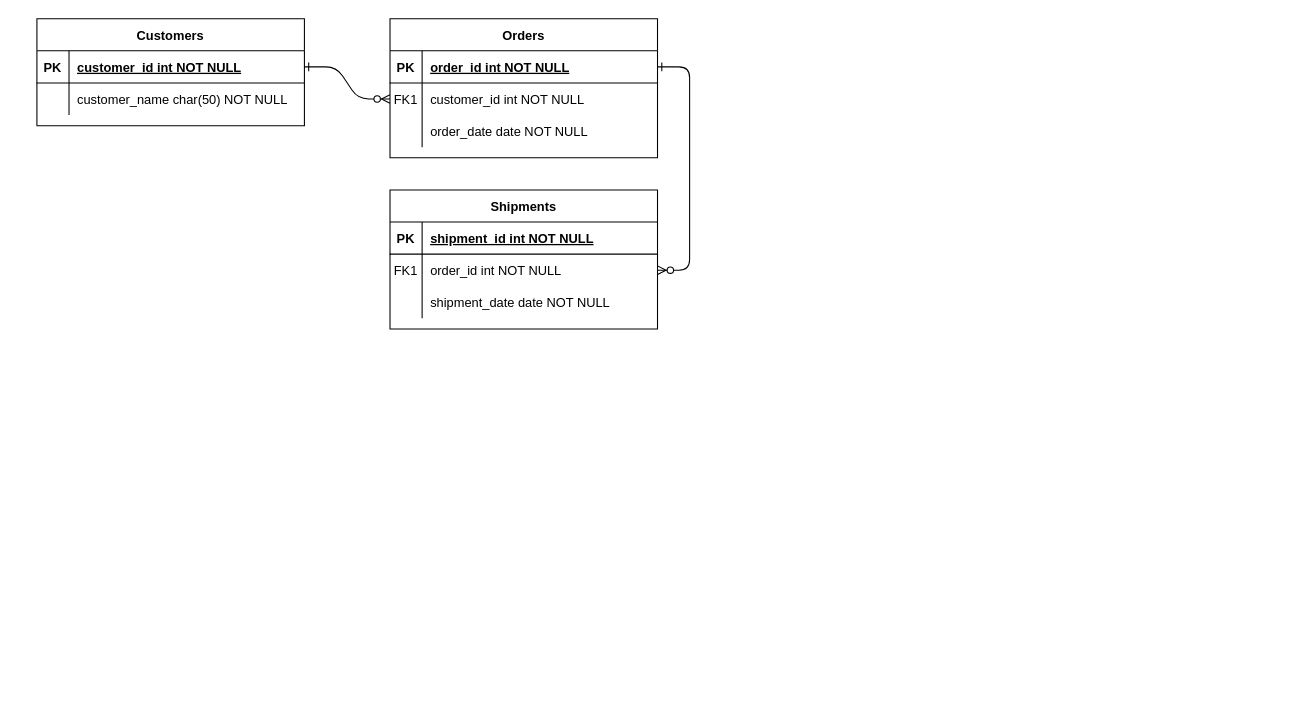
Above: page "Page-1" (1 of 2) of Untitled Diagram.drawio in supersonicbru/VUE-IMC (draw.io), before the change. Source tidied: cells renumbered, new cells numbered last; positions are measured from the earlier drawing's top-left corner, leaving out a move shared by most shapes. Both pictures are drawn from the tidied source at 107%, with x=0, y=0 at pixel (36, 18).
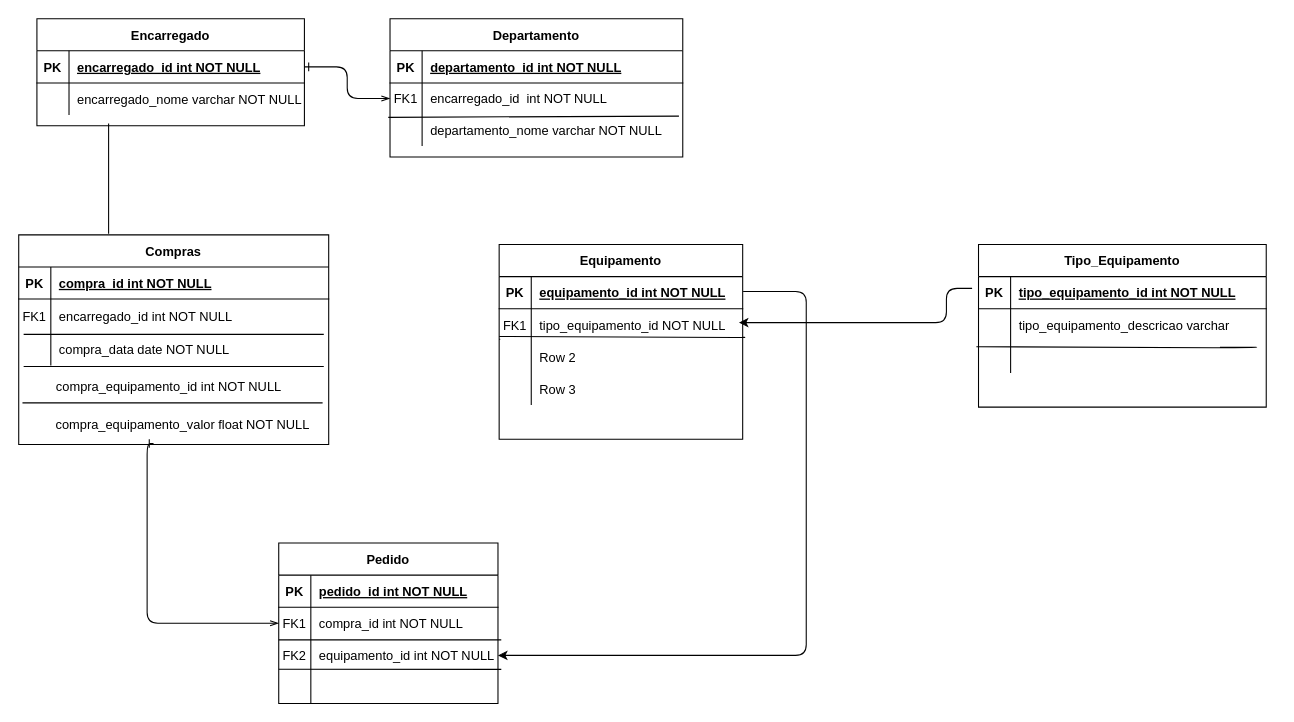
After the change.

The change refers to these unchanged cells:
```xml
<mxCell id="25" style="shape=partialRectangle;fillColor=none;points=[[0,0.5],[1,0.5]];portConstraint=eastwest;top=0;left=0;right=0;bottom=1;" parent="24" vertex="1">
  <mxGeometry y="30" width="250" height="30" as="geometry" />
</mxCell>
<mxCell id="28" style="shape=partialRectangle;fillColor=none;top=0;left=0;right=0;bottom=0;" parent="24" vertex="1">
  <mxGeometry y="60" width="250" height="30" as="geometry" />
</mxCell>
```

The edit, as a diff of the source:
```diff
@@
-    <mxCell id="2" style="edgeStyle=entityRelationEdgeStyle;endArrow=ERzeroToMany;startArrow=ERone;endFill=1;startFill=0;" parent="1" edge="1" source="25" target="8">
+    <mxCell id="2" style="edgeStyle=orthogonalEdgeStyle;endArrow=openThin;startArrow=ERone;endFill=0;startFill=0;" parent="1" edge="1" source="25" target="8">
       <mxGeometry relative="1" as="geometry" />
     </mxCell>
-    <mxCell id="3" style="edgeStyle=entityRelationEdgeStyle;endArrow=ERzeroToMany;startArrow=ERone;endFill=1;startFill=0;" parent="1" edge="1" source="5" target="18">
-      <mxGeometry relative="1" as="geometry" />
-    </mxCell>
-    <mxCell id="4" value="Orders" style="shape=table;startSize=30;childLayout=tableLayout;rowLines=0;fontStyle=1;align=center;" parent="1" vertex="1">
-      <mxGeometry x="330" width="250" height="130" as="geometry" />
+    <mxCell id="4" value="Departamento" style="shape=table;startSize=30;childLayout=tableLayout;rowLines=0;fontStyle=1;align=center;" parent="1" vertex="1">
+      <mxGeometry x="330" width="273.6" height="129.2" as="geometry" />
     </mxCell>
     <mxCell id="5" style="shape=partialRectangle;fillColor=none;points=[[0,0.5],[1,0.5]];portConstraint=eastwest;top=0;left=0;right=0;bottom=1;" parent="4" vertex="1">
-      <mxGeometry y="30" width="250" height="30" as="geometry" />
+      <mxGeometry y="30" width="273.6" height="30" as="geometry" />
     </mxCell>
@@
-    <mxCell id="7" value="order_id int NOT NULL " style="shape=partialRectangle;overflow=hidden;fillColor=none;top=0;left=0;bottom=0;right=0;align=left;spacingLeft=6;fontStyle=5;" parent="5" vertex="1">
-      <mxGeometry x="30" width="220" height="30" as="geometry" />
+    <mxCell id="7" value="departamento_id int NOT NULL " style="shape=partialRectangle;overflow=hidden;fillColor=none;top=0;left=0;bottom=0;right=0;align=left;spacingLeft=6;fontStyle=5;" parent="5" vertex="1">
+      <mxGeometry x="30" width="243.6" height="30" as="geometry" />
     </mxCell>
     <mxCell id="8" style="shape=partialRectangle;fillColor=none;points=[[0,0.5],[1,0.5]];portConstraint=eastwest;top=0;left=0;right=0;bottom=0;" parent="4" vertex="1">
-      <mxGeometry y="60" width="250" height="30" as="geometry" />
+      <mxGeometry y="60" width="273.6" height="29" as="geometry" />
     </mxCell>
     <mxCell id="9" value="FK1" style="shape=partialRectangle;overflow=hidden;fillColor=none;top=0;left=0;bottom=0;right=0;" parent="8" vertex="1">
-      <mxGeometry width="30" height="30" as="geometry" />
+      <mxGeometry width="30" height="29" as="geometry" />
     </mxCell>
-    <mxCell id="10" value="customer_id int NOT NULL" style="shape=partialRectangle;overflow=hidden;fillColor=none;top=0;left=0;bottom=0;right=0;align=left;spacingLeft=6;" parent="8" vertex="1">
-      <mxGeometry x="30" width="220" height="30" as="geometry" />
+    <mxCell id="10" value="encarregado_id  int NOT NULL" style="shape=partialRectangle;overflow=hidden;top=0;left=0;bottom=0;right=0;align=left;spacingLeft=6;fillColor=none;" parent="8" vertex="1">
+      <mxGeometry x="30" width="243.6" height="29" as="geometry" />
     </mxCell>
     <mxCell id="11" style="shape=partialRectangle;fillColor=none;points=[[0,0.5],[1,0.5]];portConstraint=eastwest;top=0;left=0;right=0;bottom=0;" parent="4" vertex="1">
-      <mxGeometry y="90" width="250" height="30" as="geometry" />
+      <mxGeometry y="89" width="273.6" height="30" as="geometry" />
     </mxCell>
@@
-    <mxCell id="13" value="order_date date NOT NULL" style="shape=partialRectangle;overflow=hidden;fillColor=none;top=0;left=0;bottom=0;right=0;align=left;spacingLeft=6;" parent="11" vertex="1">
-      <mxGeometry x="30" width="220" height="30" as="geometry" />
+    <mxCell id="13" value="departamento_nome varchar NOT NULL" style="shape=partialRectangle;overflow=hidden;fillColor=none;top=0;left=0;bottom=0;right=0;align=left;spacingLeft=6;" parent="11" vertex="1">
+      <mxGeometry x="30" width="243.6" height="30" as="geometry" />
     </mxCell>
+    <mxCell id="31" style="endArrow=none;html=1;exitX=-0.006;exitY=0.106;exitDx=0;exitDy=0;exitPerimeter=0;entryX=0.987;entryY=0.067;entryDx=0;entryDy=0;entryPerimeter=0;" parent="4" edge="1" source="11" target="11">
+      <mxGeometry relative="1" as="geometry" />
+    </mxCell>
-    <mxCell id="14" value="Shipments" style="shape=table;startSize=30;childLayout=tableLayout;rowLines=0;fontStyle=1;align=center;" parent="1" vertex="1">
-      <mxGeometry x="330" y="160" width="250" height="130" as="geometry" />
+    <mxCell id="14" value="Compras" style="shape=table;startSize=30;childLayout=tableLayout;rowLines=0;fontStyle=1;align=center;" parent="1" vertex="1">
+      <mxGeometry x="-17" y="202" width="289.7" height="196" as="geometry" />
     </mxCell>
     <mxCell id="15" style="shape=partialRectangle;fillColor=none;top=0;left=0;right=0;bottom=1;" parent="14" vertex="1">
-      <mxGeometry y="30" width="250" height="30" as="geometry" />
+      <mxGeometry y="30" width="289.7" height="30" as="geometry" />
     </mxCell>
@@
-    <mxCell id="17" value="shipment_id int NOT NULL " style="shape=partialRectangle;overflow=hidden;fillColor=none;top=0;left=0;bottom=0;right=0;align=left;spacingLeft=6;fontStyle=5;" parent="15" vertex="1">
-      <mxGeometry x="30" width="220" height="30" as="geometry" />
+    <mxCell id="17" value="compra_id int NOT NULL " style="shape=partialRectangle;overflow=hidden;fillColor=none;top=0;left=0;bottom=0;right=0;align=left;spacingLeft=6;fontStyle=5;" parent="15" vertex="1">
+      <mxGeometry x="30" width="259.7" height="30" as="geometry" />
     </mxCell>
     <mxCell id="18" style="shape=partialRectangle;fillColor=none;points=[[0,0.5],[1,0.5]];portConstraint=eastwest;top=0;left=0;right=0;bottom=0;" parent="14" vertex="1">
-      <mxGeometry y="60" width="250" height="30" as="geometry" />
+      <mxGeometry y="60" width="289.7" height="32" as="geometry" />
     </mxCell>
     <mxCell id="19" value="FK1" style="shape=partialRectangle;overflow=hidden;fillColor=none;top=0;left=0;bottom=0;right=0;" parent="18" vertex="1">
-      <mxGeometry width="30" height="30" as="geometry" />
+      <mxGeometry width="30" height="32" as="geometry" />
     </mxCell>
-    <mxCell id="20" value="order_id int NOT NULL" style="shape=partialRectangle;overflow=hidden;fillColor=none;top=0;left=0;bottom=0;right=0;align=left;spacingLeft=6;" parent="18" vertex="1">
-      <mxGeometry x="30" width="220" height="30" as="geometry" />
+    <mxCell id="20" value="encarregado_id int NOT NULL" style="shape=partialRectangle;overflow=hidden;fillColor=none;top=0;left=0;bottom=0;right=0;align=left;spacingLeft=6;" parent="18" vertex="1">
+      <mxGeometry x="30" width="259.7" height="32" as="geometry" />
     </mxCell>
     <mxCell id="21" style="shape=partialRectangle;fillColor=none;points=[[0,0.5],[1,0.5]];portConstraint=eastwest;top=0;left=0;right=0;bottom=0;" parent="14" vertex="1">
-      <mxGeometry y="90" width="250" height="30" as="geometry" />
+      <mxGeometry y="92" width="289.7" height="30" as="geometry" />
     </mxCell>
@@
-    <mxCell id="23" value="shipment_date date NOT NULL" style="shape=partialRectangle;overflow=hidden;fillColor=none;top=0;left=0;bottom=0;right=0;align=left;spacingLeft=6;" parent="21" vertex="1">
-      <mxGeometry x="30" width="220" height="30" as="geometry" />
+    <mxCell id="23" value="compra_data date NOT NULL" style="shape=partialRectangle;overflow=hidden;fillColor=none;top=0;left=0;bottom=0;right=0;align=left;spacingLeft=6;" parent="21" vertex="1">
+      <mxGeometry x="30" width="259.7" height="30" as="geometry" />
     </mxCell>
-    <mxCell id="24" value="Customers" style="shape=table;startSize=30;childLayout=tableLayout;rowLines=0;fontStyle=1;align=center;" parent="1" vertex="1">
+    <mxCell id="24" value="Encarregado" style="shape=table;startSize=30;childLayout=tableLayout;rowLines=0;fontStyle=1;align=center;" parent="1" vertex="1">
       <mxGeometry width="250" height="100" as="geometry" />
     </mxCell>
@@
-    <mxCell id="27" value="customer_id int NOT NULL " style="shape=partialRectangle;overflow=hidden;fillColor=none;top=0;left=0;bottom=0;right=0;align=left;spacingLeft=6;fontStyle=5;" parent="25" vertex="1">
+    <mxCell id="27" value="encarregado_id int NOT NULL " style="shape=partialRectangle;overflow=hidden;fillColor=none;top=0;left=0;bottom=0;right=0;align=left;spacingLeft=6;fontStyle=5;" parent="25" vertex="1">
       <mxGeometry x="30" width="220" height="30" as="geometry" />
     </mxCell>
@@
-    <mxCell id="30" value="customer_name char(50) NOT NULL" style="shape=partialRectangle;overflow=hidden;fillColor=none;top=0;left=0;bottom=0;right=0;align=left;spacingLeft=6;" parent="28" vertex="1">
+    <mxCell id="30" value="encarregado_nome varchar NOT NULL" style="shape=partialRectangle;overflow=hidden;fillColor=none;top=0;left=0;bottom=0;right=0;align=left;spacingLeft=6;" parent="28" vertex="1">
       <mxGeometry x="30" width="220" height="30" as="geometry" />
     </mxCell>
+    <mxCell id="32" style="endArrow=none;html=1;rounded=0;" parent="1" edge="1">
+      <mxGeometry relative="1" as="geometry">
+        <mxPoint x="67" y="98" as="sourcePoint" />
+        <mxPoint x="67" y="201" as="targetPoint" />
+      </mxGeometry>
+    </mxCell>
+    <mxCell id="33" style="endArrow=none;html=1;" parent="1" edge="1" target="21">
+      <mxGeometry relative="1" as="geometry">
+        <mxPoint x="-13.5" y="324" as="sourcePoint" />
+      </mxGeometry>
+    </mxCell>
+    <mxCell id="34" value="&lt;span style=&quot;text-align: left&quot;&gt;compra_equipamento_id int NOT NULL&lt;/span&gt;" style="text;html=1;align=center;verticalAlign=middle;strokeColor=none;" parent="1" vertex="1">
+      <mxGeometry x="12" y="335" width="221" height="18" as="geometry" />
+    </mxCell>
+    <mxCell id="35" style="endArrow=none;html=1;" parent="1" edge="1">
+      <mxGeometry relative="1" as="geometry">
+        <mxPoint x="-13.5" y="359" as="sourcePoint" />
+        <mxPoint x="267" y="359" as="targetPoint" />
+      </mxGeometry>
+    </mxCell>
+    <mxCell id="36" value="&lt;span style=&quot;text-align: left&quot;&gt;compra_equipamento_valor float NOT NULL&lt;/span&gt;" style="text;html=1;align=center;verticalAlign=middle;strokeColor=none;" parent="1" vertex="1">
+      <mxGeometry x="12" y="371" width="247" height="18" as="geometry" />
+    </mxCell>
+    <mxCell id="37" style="endArrow=none;html=1;" parent="1" edge="1">
+      <mxGeometry relative="1" as="geometry">
+        <mxPoint x="-12.4" y="325" as="sourcePoint" />
+        <mxPoint x="268.1" y="325" as="targetPoint" />
+      </mxGeometry>
+    </mxCell>
+    <mxCell id="38" style="endArrow=none;html=1;" parent="1" edge="1">
+      <mxGeometry relative="1" as="geometry">
+        <mxPoint x="-12.4" y="295" as="sourcePoint" />
+        <mxPoint x="268.1" y="295" as="targetPoint" />
+      </mxGeometry>
+    </mxCell>
+    <mxCell id="39" value="Equipamento" style="shape=table;startSize=30;childLayout=tableLayout;rowLines=0;fontStyle=1;align=center;rounded=0;" parent="1" vertex="1">
+      <mxGeometry x="432" y="211" width="227.6" height="182" as="geometry" />
+    </mxCell>
+    <mxCell id="40" style="shape=partialRectangle;fillColor=none;top=0;left=0;bottom=1;right=0;" parent="39" vertex="1">
+      <mxGeometry y="30" width="227.6" height="30" as="geometry" />
+    </mxCell>
+    <mxCell id="41" value="PK" style="shape=partialRectangle;fillColor=none;top=0;left=0;bottom=0;right=0;fontStyle=1;overflow=hidden;" parent="40" vertex="1">
+      <mxGeometry width="30" height="30" as="geometry" />
+    </mxCell>
+    <mxCell id="42" value="equipamento_id int NOT NULL" style="shape=partialRectangle;fillColor=none;top=0;left=0;bottom=0;right=0;align=left;spacingLeft=6;fontStyle=5;overflow=hidden;" parent="40" vertex="1">
+      <mxGeometry x="30" width="197.6" height="30" as="geometry" />
+    </mxCell>
+    <mxCell id="43" style="shape=partialRectangle;fillColor=none;top=0;left=0;bottom=0;right=0;points=[[0,0.5],[1,0.5]];portConstraint=eastwest;" parent="39" vertex="1">
+      <mxGeometry y="60" width="227.6" height="30" as="geometry" />
+    </mxCell>
+    <mxCell id="44" value="FK1" style="shape=partialRectangle;fillColor=none;top=0;left=0;bottom=0;right=0;overflow=hidden;" parent="43" vertex="1">
+      <mxGeometry width="30" height="30" as="geometry" />
+    </mxCell>
+    <mxCell id="45" value="tipo_equipamento_id NOT NULL" style="shape=partialRectangle;fillColor=none;top=0;left=0;bottom=0;right=0;align=left;spacingLeft=6;overflow=hidden;" parent="43" vertex="1">
+      <mxGeometry x="30" width="197.6" height="30" as="geometry" />
+    </mxCell>
+    <mxCell id="46" style="shape=partialRectangle;fillColor=none;top=0;left=0;bottom=0;right=0;" parent="39" vertex="1">
+      <mxGeometry y="90" width="227.6" height="30" as="geometry" />
+    </mxCell>
+    <mxCell id="47" style="shape=partialRectangle;fillColor=none;top=0;left=0;bottom=0;right=0;overflow=hidden;" parent="46" vertex="1">
+      <mxGeometry width="30" height="30" as="geometry" />
+    </mxCell>
+    <mxCell id="48" value="Row 2" style="shape=partialRectangle;fillColor=none;top=0;left=0;bottom=0;right=0;align=left;spacingLeft=6;overflow=hidden;" parent="46" vertex="1">
+      <mxGeometry x="30" width="197.6" height="30" as="geometry" />
+    </mxCell>
+    <mxCell id="49" style="shape=partialRectangle;fillColor=none;top=0;left=0;bottom=0;right=0;" parent="39" vertex="1">
+      <mxGeometry y="120" width="227.6" height="30" as="geometry" />
+    </mxCell>
+    <mxCell id="50" style="shape=partialRectangle;fillColor=none;top=0;left=0;bottom=0;right=0;overflow=hidden;" parent="49" vertex="1">
+      <mxGeometry width="30" height="30" as="geometry" />
+    </mxCell>
+    <mxCell id="51" value="Row 3" style="shape=partialRectangle;fillColor=none;top=0;left=0;bottom=0;right=0;align=left;spacingLeft=6;overflow=hidden;" parent="49" vertex="1">
+      <mxGeometry x="30" width="197.6" height="30" as="geometry" />
+    </mxCell>
+    <mxCell id="52" style="endArrow=none;html=1;" parent="1" edge="1" target="43">
+      <mxGeometry relative="1" as="geometry">
+        <mxPoint x="433" y="299.5" as="sourcePoint" />
+      </mxGeometry>
+    </mxCell>
+    <mxCell id="53" value="Pedido" style="shape=table;startSize=30;childLayout=tableLayout;rowLines=0;fontStyle=1;align=center;rounded=0;" parent="1" vertex="1">
+      <mxGeometry x="226" y="490" width="204.9" height="150" as="geometry" />
+    </mxCell>
+    <mxCell id="54" style="shape=partialRectangle;fillColor=none;top=0;left=0;bottom=1;right=0;" parent="53" vertex="1">
+      <mxGeometry y="30" width="204.9" height="30" as="geometry" />
+    </mxCell>
+    <mxCell id="55" value="PK" style="shape=partialRectangle;fillColor=none;top=0;left=0;bottom=0;right=0;fontStyle=1;overflow=hidden;" parent="54" vertex="1">
+      <mxGeometry width="30" height="30" as="geometry" />
+    </mxCell>
+    <mxCell id="56" value="pedido_id int NOT NULL" style="shape=partialRectangle;fillColor=none;top=0;left=0;bottom=0;right=0;align=left;spacingLeft=6;fontStyle=5;overflow=hidden;" parent="54" vertex="1">
+      <mxGeometry x="30" width="174.9" height="30" as="geometry" />
+    </mxCell>
+    <mxCell id="57" style="shape=partialRectangle;fillColor=none;top=0;left=0;bottom=0;right=0;points=[[0,0.5],[1,0.5]];portConstraint=eastwest;" parent="53" vertex="1">
+      <mxGeometry y="60" width="204.9" height="30" as="geometry" />
+    </mxCell>
+    <mxCell id="58" value="FK1" style="shape=partialRectangle;fillColor=none;top=0;left=0;bottom=0;right=0;overflow=hidden;" parent="57" vertex="1">
+      <mxGeometry width="30" height="30" as="geometry" />
+    </mxCell>
+    <mxCell id="59" value="compra_id int NOT NULL" style="shape=partialRectangle;fillColor=none;top=0;left=0;bottom=0;right=0;align=left;spacingLeft=6;overflow=hidden;" parent="57" vertex="1">
+      <mxGeometry x="30" width="174.9" height="30" as="geometry" />
+    </mxCell>
+    <mxCell id="60" style="shape=partialRectangle;fillColor=none;top=0;left=0;bottom=0;right=0;points=[[0,0.5],[1,0.5]];portConstraint=eastwest;" parent="53" vertex="1">
+      <mxGeometry y="90" width="204.9" height="30" as="geometry" />
+    </mxCell>
+    <mxCell id="61" value="FK2" style="shape=partialRectangle;fillColor=none;top=0;left=0;bottom=0;right=0;overflow=hidden;" parent="60" vertex="1">
+      <mxGeometry width="30" height="30" as="geometry" />
+    </mxCell>
+    <mxCell id="62" value="equipamento_id int NOT NULL" style="shape=partialRectangle;fillColor=none;top=0;left=0;bottom=0;right=0;align=left;spacingLeft=6;overflow=hidden;" parent="60" vertex="1">
+      <mxGeometry x="30" width="174.9" height="30" as="geometry" />
+    </mxCell>
+    <mxCell id="63" style="shape=partialRectangle;fillColor=none;top=0;left=0;bottom=0;right=0;" parent="53" vertex="1">
+      <mxGeometry y="120" width="204.9" height="30" as="geometry" />
+    </mxCell>
+    <mxCell id="64" style="shape=partialRectangle;fillColor=none;top=0;left=0;bottom=0;right=0;overflow=hidden;" parent="63" vertex="1">
+      <mxGeometry width="30" height="30" as="geometry" />
+    </mxCell>
+    <mxCell id="65" style="shape=partialRectangle;fillColor=none;top=0;left=0;bottom=0;right=0;align=left;spacingLeft=6;overflow=hidden;" parent="63" vertex="1">
+      <mxGeometry x="30" width="174.9" height="30" as="geometry" />
+    </mxCell>
+    <mxCell id="66" style="endArrow=none;html=1;entryX=1.015;entryY=0.018;entryDx=0;entryDy=0;entryPerimeter=0;" parent="1" edge="1" target="60">
+      <mxGeometry relative="1" as="geometry">
+        <mxPoint x="226" y="580.5" as="sourcePoint" />
+      </mxGeometry>
+    </mxCell>
+    <mxCell id="67" style="endArrow=none;html=1;entryX=1.015;entryY=0.018;entryDx=0;entryDy=0;entryPerimeter=0;" parent="1" edge="1">
+      <mxGeometry relative="1" as="geometry">
+        <mxPoint x="226" y="608" as="sourcePoint" />
+        <mxPoint x="434" y="608.1" as="targetPoint" />
+      </mxGeometry>
+    </mxCell>
+    <mxCell id="68" style="edgeStyle=orthogonalEdgeStyle;endArrow=openThin;startArrow=ERone;endFill=0;startFill=0;entryX=0;entryY=0.5;entryDx=0;entryDy=0;" parent="1" edge="1" target="57">
+      <mxGeometry relative="1" as="geometry">
+        <mxPoint x="109" y="397" as="sourcePoint" />
+        <Array as="points">
+          <mxPoint x="103" y="397" />
+          <mxPoint x="103" y="565" />
+        </Array>
+      </mxGeometry>
+    </mxCell>
+    <mxCell id="69" style="edgeStyle=elbowEdgeStyle;elbow=horizontal;endArrow=classic;html=1;entryX=1;entryY=0.5;entryDx=0;entryDy=0;" parent="1" edge="1" target="60">
+      <mxGeometry relative="1" as="geometry">
+        <mxPoint x="660" y="255" as="sourcePoint" />
+        <Array as="points">
+          <mxPoint x="719" y="326" />
+          <mxPoint x="713" y="320" />
+        </Array>
+      </mxGeometry>
+    </mxCell>
+    <mxCell id="70" value="Tipo_Equipamento" style="shape=table;startSize=30;childLayout=tableLayout;rowLines=0;fontStyle=1;align=center;rounded=0;" parent="1" vertex="1">
+      <mxGeometry x="880" y="211" width="268.9" height="152" as="geometry" />
+    </mxCell>
+    <mxCell id="71" style="shape=partialRectangle;fillColor=none;top=0;left=0;bottom=1;right=0;points=[[0,0.5],[1,0.5]];portConstraint=eastwest;" parent="70" vertex="1">
+      <mxGeometry y="30" width="268.9" height="30" as="geometry" />
+    </mxCell>
+    <mxCell id="72" value="PK" style="shape=partialRectangle;fillColor=none;top=0;left=0;bottom=0;right=0;fontStyle=1;overflow=hidden;" parent="71" vertex="1">
+      <mxGeometry width="30" height="30" as="geometry" />
+    </mxCell>
+    <mxCell id="73" value="tipo_equipamento_id int NOT NULL" style="shape=partialRectangle;fillColor=none;top=0;left=0;bottom=0;right=0;align=left;spacingLeft=6;fontStyle=5;overflow=hidden;" parent="71" vertex="1">
+      <mxGeometry x="30" width="238.9" height="30" as="geometry" />
+    </mxCell>
+    <mxCell id="74" style="shape=partialRectangle;fillColor=none;top=0;left=0;bottom=0;right=0;" parent="70" vertex="1">
+      <mxGeometry y="60" width="268.9" height="30" as="geometry" />
+    </mxCell>
+    <mxCell id="75" style="shape=partialRectangle;fillColor=none;top=0;left=0;bottom=0;right=0;overflow=hidden;" parent="74" vertex="1">
+      <mxGeometry width="30" height="30" as="geometry" />
+    </mxCell>
+    <mxCell id="76" value="tipo_equipamento_descricao varchar" style="shape=partialRectangle;fillColor=none;top=0;left=0;bottom=0;right=0;align=left;spacingLeft=6;overflow=hidden;" parent="74" vertex="1">
+      <mxGeometry x="30" width="238.9" height="30" as="geometry" />
+    </mxCell>
+    <mxCell id="77" style="shape=partialRectangle;fillColor=none;top=0;left=0;bottom=0;right=0;" parent="70" vertex="1">
+      <mxGeometry y="90" width="268.9" height="30" as="geometry" />
+    </mxCell>
+    <mxCell id="78" style="shape=partialRectangle;fillColor=none;top=0;left=0;bottom=0;right=0;overflow=hidden;" parent="77" vertex="1">
+      <mxGeometry width="30" height="30" as="geometry" />
+    </mxCell>
+    <mxCell id="79" style="shape=partialRectangle;fillColor=none;top=0;left=0;bottom=0;right=0;align=left;spacingLeft=6;overflow=hidden;" parent="77" vertex="1">
+      <mxGeometry x="30" width="238.9" height="30" as="geometry" />
+    </mxCell>
+    <mxCell id="80" style="edgeStyle=none;rounded=1;orthogonalLoop=1;jettySize=auto;html=1;entryX=1;entryY=0.5;entryDx=0;entryDy=0;" parent="70" edge="1" source="71" target="71">
+      <mxGeometry relative="1" as="geometry" />
+    </mxCell>
+    <mxCell id="81" style="endArrow=none;html=1;" parent="1" edge="1" target="43">
+      <mxGeometry relative="1" as="geometry">
+        <mxPoint x="432" y="297" as="sourcePoint" />
+        <Array as="points">
+          <mxPoint x="663" y="298" />
+        </Array>
+      </mxGeometry>
+    </mxCell>
+    <mxCell id="82" style="edgeStyle=elbowEdgeStyle;elbow=horizontal;endArrow=classic;html=1;" parent="1" edge="1">
+      <mxGeometry relative="1" as="geometry">
+        <mxPoint x="874" y="252" as="sourcePoint" />
+        <mxPoint x="656" y="284" as="targetPoint" />
+        <Array as="points">
+          <mxPoint x="850" y="252" />
+          <mxPoint x="806" y="149" />
+          <mxPoint x="1207" y="476" />
+          <mxPoint x="727" y="321" />
+        </Array>
+      </mxGeometry>
+    </mxCell>
+    <mxCell id="83" style="endArrow=none;html=1;" parent="1" edge="1">
+      <mxGeometry relative="1" as="geometry">
+        <mxPoint x="878" y="306.5" as="sourcePoint" />
+        <mxPoint x="1105.6" y="307.1" as="targetPoint" />
+        <Array as="points">
+          <mxPoint x="1109" y="307.5" />
+          <mxPoint x="1145" y="307" />
+        </Array>
+      </mxGeometry>
+    </mxCell>
```
